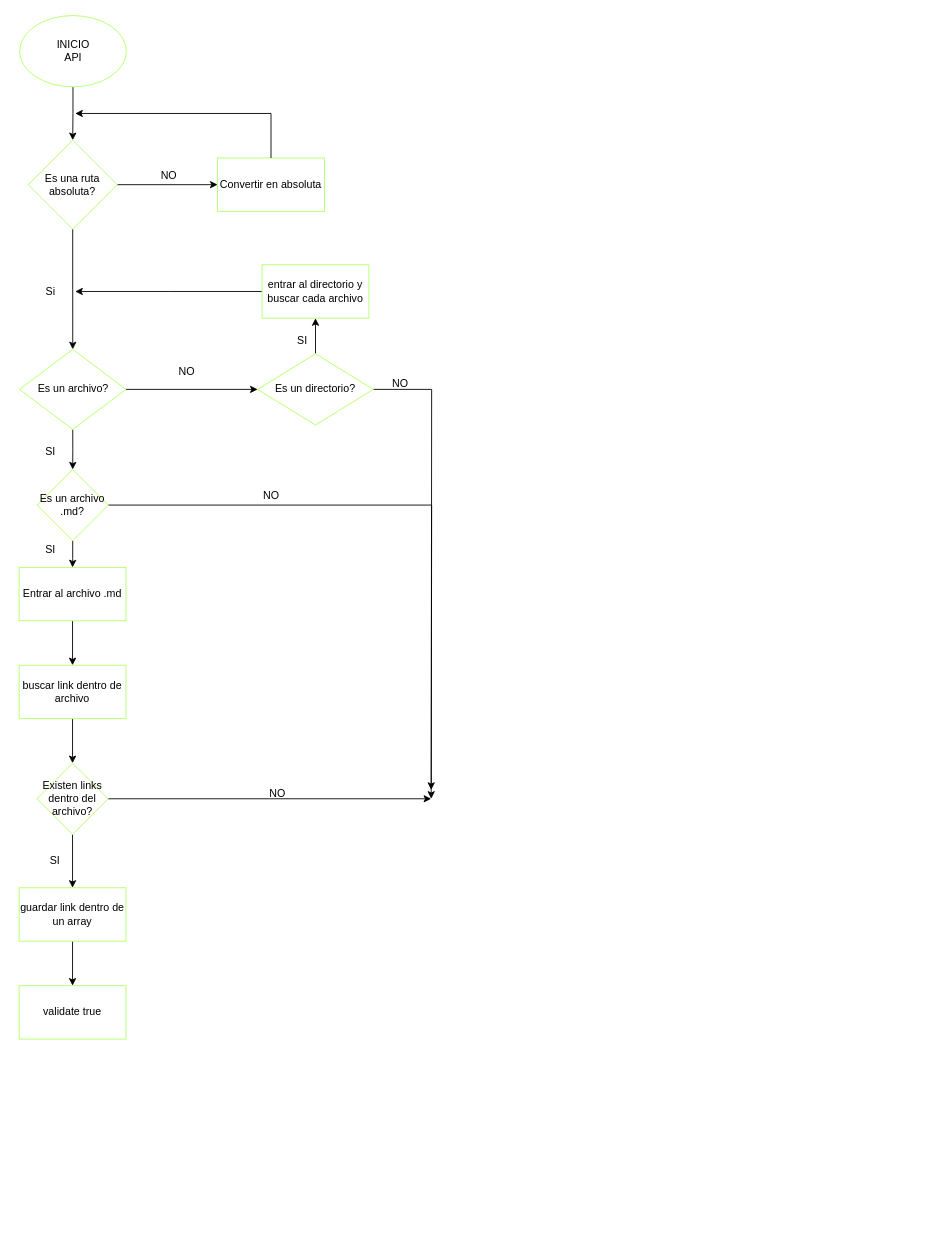
The draw.io diagram Untitled Diagram.drawio in soniaseuc/LIM012-fe-md-links, before the edit. Source tidied: cells renumbered, new cells numbered last; positions are measured from the earlier drawing's top-left corner, leaving out a move shared by most shapes. Both pictures are drawn from the tidied source at 89%, with x=0, y=0 at pixel (19, 15).
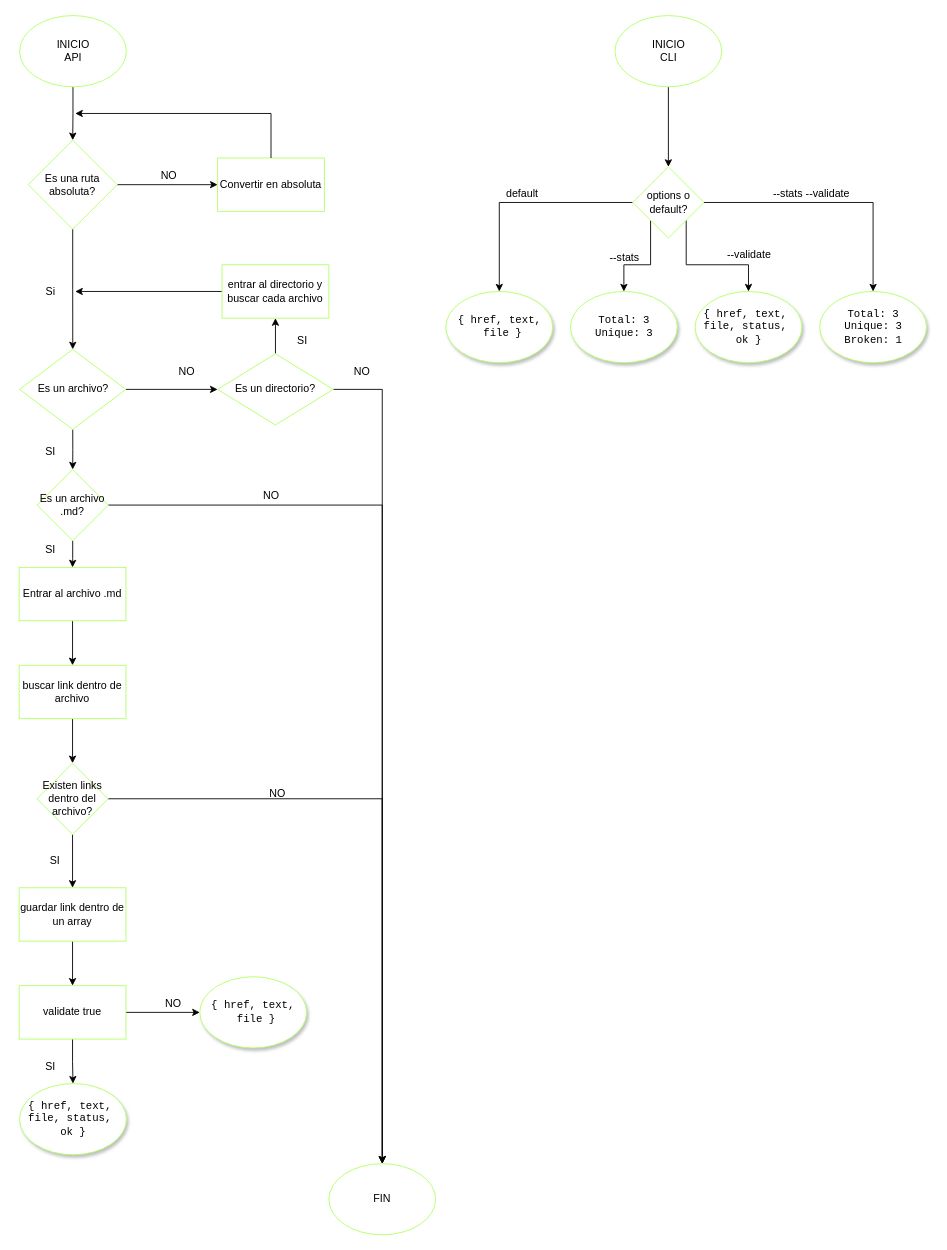
After the change.

Commit message:
Diagram API & CLI

The change refers to these unchanged cells:
```xml
<mxCell id="21" value="Es un archivo .md?" style="rhombus;whiteSpace=wrap;html=1;shadow=0;strokeColor=#B3FF66;" parent="1" vertex="1">
  <mxGeometry x="20.2" y="510" width="80" height="80" as="geometry" />
</mxCell>
<mxCell id="34" value="Existen links dentro del archivo?" style="rhombus;whiteSpace=wrap;html=1;shadow=0;strokeColor=#B3FF66;fillColor=#FFFFFF;" parent="1" vertex="1">
  <mxGeometry x="20" y="840" width="80" height="80" as="geometry" />
</mxCell>
<mxCell id="39" value="validate true" style="rounded=0;whiteSpace=wrap;html=1;shadow=0;strokeColor=#B3FF66;fillColor=#FFFFFF;" parent="1" vertex="1">
  <mxGeometry y="1090" width="120" height="60" as="geometry" />
</mxCell>
```

Change to the diagram source:
```diff
@@
-    <mxCell id="14" style="edgeStyle=orthogonalEdgeStyle;rounded=0;jettySize=auto;html=1;exitX=1;exitY=0.5;exitDx=0;exitDy=0;" parent="1" edge="1" source="15">
-      <mxGeometry relative="1" as="geometry">
-        <mxPoint x="463" y="880" as="targetPoint" />
-      </mxGeometry>
-    </mxCell>
+    <mxCell id="40" style="edgeStyle=orthogonalEdgeStyle;rounded=0;jettySize=auto;html=1;exitX=1;exitY=0.5;exitDx=0;exitDy=0;entryX=0.5;entryY=0;entryDx=0;entryDy=0;" parent="1" edge="1" source="15" target="47">
+      <mxGeometry relative="1" as="geometry" />
+    </mxCell>
     <mxCell id="15" value="Es un directorio?" style="rhombus;whiteSpace=wrap;html=1;shadow=0;strokeColor=#B3FF66;" parent="1" vertex="1">
-      <mxGeometry x="268" y="380" width="130" height="80" as="geometry" />
+      <mxGeometry x="223" y="380" width="130" height="80" as="geometry" />
     </mxCell>
@@
     <mxCell id="18" value="entrar al directorio y buscar cada archivo" style="rounded=0;whiteSpace=wrap;html=1;shadow=0;strokeColor=#B3FF66;" parent="1" vertex="1">
-      <mxGeometry x="273" y="280" width="120" height="60" as="geometry" />
+      <mxGeometry x="228" y="280" width="120" height="60" as="geometry" />
     </mxCell>
-    <mxCell id="19" style="edgeStyle=orthogonalEdgeStyle;rounded=0;jettySize=auto;html=1;exitX=1;exitY=0.5;exitDx=0;exitDy=0;" parent="1" edge="1" source="21">
-      <mxGeometry relative="1" as="geometry">
-        <mxPoint x="463" y="870" as="targetPoint" />
-      </mxGeometry>
-    </mxCell>
@@
+    <mxCell id="41" style="edgeStyle=orthogonalEdgeStyle;rounded=0;jettySize=auto;html=1;exitX=1;exitY=0.5;exitDx=0;exitDy=0;entryX=0.5;entryY=0;entryDx=0;entryDy=0;" parent="1" edge="1" source="21" target="47">
+      <mxGeometry relative="1" as="geometry" />
+    </mxCell>
@@
     <mxCell id="25" value="NO" style="text;html=1;align=center;verticalAlign=middle;" parent="1" vertex="1">
-      <mxGeometry x="413" y="404" width="30" height="20" as="geometry" />
+      <mxGeometry x="369.5" y="390" width="30" height="20" as="geometry" />
     </mxCell>
@@
-    <mxCell id="32" style="edgeStyle=orthogonalEdgeStyle;rounded=0;jettySize=auto;html=1;exitX=1;exitY=0.5;exitDx=0;exitDy=0;" parent="1" edge="1" source="34">
-      <mxGeometry relative="1" as="geometry">
-        <mxPoint x="463" y="880" as="targetPoint" />
-      </mxGeometry>
-    </mxCell>
@@
+    <mxCell id="42" style="edgeStyle=orthogonalEdgeStyle;rounded=0;jettySize=auto;html=1;exitX=1;exitY=0.5;exitDx=0;exitDy=0;entryX=0.5;entryY=0;entryDx=0;entryDy=0;" parent="1" edge="1" source="34" target="47">
+      <mxGeometry relative="1" as="geometry" />
+    </mxCell>
@@
+    <mxCell id="43" style="edgeStyle=orthogonalEdgeStyle;rounded=0;jettySize=auto;html=1;exitX=0.5;exitY=1;exitDx=0;exitDy=0;entryX=0.5;entryY=0;entryDx=0;entryDy=0;" parent="1" edge="1" source="39" target="55">
+      <mxGeometry relative="1" as="geometry" />
+    </mxCell>
+    <mxCell id="44" style="edgeStyle=orthogonalEdgeStyle;rounded=0;jettySize=auto;html=1;exitX=1;exitY=0.5;exitDx=0;exitDy=0;" parent="1" edge="1" source="39" target="56">
+      <mxGeometry relative="1" as="geometry" />
+    </mxCell>
@@
+    <mxCell id="45" value="NO" style="text;html=1;align=center;verticalAlign=middle;" parent="1" vertex="1">
+      <mxGeometry x="158" y="1100" width="30" height="20" as="geometry" />
+    </mxCell>
+    <mxCell id="46" value="SI" style="text;html=1;align=center;verticalAlign=middle;" parent="1" vertex="1">
+      <mxGeometry x="20" y="1171" width="30" height="20" as="geometry" />
+    </mxCell>
+    <mxCell id="47" value="FIN" style="ellipse;whiteSpace=wrap;html=1;shadow=0;strokeColor=#B3FF66;fillColor=#FFFFFF;" parent="1" vertex="1">
+      <mxGeometry x="348" y="1290" width="120" height="80" as="geometry" />
+    </mxCell>
+    <mxCell id="48" style="edgeStyle=orthogonalEdgeStyle;rounded=0;jettySize=auto;html=1;exitX=0.5;exitY=1;exitDx=0;exitDy=0;entryX=0.5;entryY=0;entryDx=0;entryDy=0;" parent="1" edge="1" source="49" target="54">
+      <mxGeometry relative="1" as="geometry" />
+    </mxCell>
+    <mxCell id="49" value="&lt;div&gt;INICIO&lt;/div&gt;&lt;div&gt;CLI&lt;br&gt;&lt;/div&gt;" style="ellipse;whiteSpace=wrap;html=1;shadow=0;strokeColor=#B3FF66;fillColor=#FFFFFF;" parent="1" vertex="1">
+      <mxGeometry x="669.5" width="120" height="80" as="geometry" />
+    </mxCell>
+    <mxCell id="50" style="edgeStyle=orthogonalEdgeStyle;rounded=0;jettySize=auto;html=1;exitX=0;exitY=0.5;exitDx=0;exitDy=0;" parent="1" edge="1" source="54" target="57">
+      <mxGeometry relative="1" as="geometry" />
+    </mxCell>
+    <mxCell id="51" style="edgeStyle=orthogonalEdgeStyle;rounded=0;jettySize=auto;html=1;exitX=1;exitY=0.5;exitDx=0;exitDy=0;entryX=0.5;entryY=0;entryDx=0;entryDy=0;" parent="1" edge="1" source="54" target="61">
+      <mxGeometry relative="1" as="geometry" />
+    </mxCell>
+    <mxCell id="52" style="edgeStyle=orthogonalEdgeStyle;rounded=0;jettySize=auto;html=1;exitX=0;exitY=1;exitDx=0;exitDy=0;entryX=0.5;entryY=0;entryDx=0;entryDy=0;" parent="1" edge="1" source="54" target="59">
+      <mxGeometry relative="1" as="geometry" />
+    </mxCell>
+    <mxCell id="53" style="edgeStyle=orthogonalEdgeStyle;rounded=0;jettySize=auto;html=1;exitX=1;exitY=1;exitDx=0;exitDy=0;entryX=0.5;entryY=0;entryDx=0;entryDy=0;" parent="1" edge="1" source="54" target="60">
+      <mxGeometry relative="1" as="geometry" />
+    </mxCell>
+    <mxCell id="54" value="options o default?" style="rhombus;whiteSpace=wrap;html=1;shadow=0;strokeColor=#B3FF66;fillColor=#FFFFFF;" parent="1" vertex="1">
+      <mxGeometry x="689.5" y="170" width="80" height="80" as="geometry" />
+    </mxCell>
+    <mxCell id="55" value="&lt;pre&gt;&lt;span class=&quot;pl-c&quot;&gt;{ href, text, &lt;br&gt;file, status, &lt;br&gt;ok }&lt;/span&gt;&lt;/pre&gt;" style="ellipse;whiteSpace=wrap;html=1;rounded=1;shadow=1;glass=1;strokeColor=#B3FF66;fillColor=#FFFFFF;" parent="1" vertex="1">
+      <mxGeometry x="0.5" y="1200" width="120" height="80" as="geometry" />
+    </mxCell>
+    <mxCell id="56" value="&lt;pre&gt;&lt;span class=&quot;pl-c&quot;&gt;{ href, text,&lt;br&gt;&amp;nbsp;file }&lt;/span&gt;&lt;/pre&gt;" style="ellipse;whiteSpace=wrap;html=1;rounded=1;shadow=1;glass=1;strokeColor=#B3FF66;fillColor=#FFFFFF;" parent="1" vertex="1">
+      <mxGeometry x="203" y="1080" width="120" height="80" as="geometry" />
+    </mxCell>
+    <mxCell id="57" value="&lt;pre&gt;&lt;span class=&quot;pl-c&quot;&gt;{ href, text,&lt;br&gt;&amp;nbsp;file }&lt;/span&gt;&lt;/pre&gt;" style="ellipse;whiteSpace=wrap;html=1;rounded=1;shadow=1;glass=1;strokeColor=#B3FF66;fillColor=#FFFFFF;" parent="1" vertex="1">
+      <mxGeometry x="479.5" y="310" width="120" height="80" as="geometry" />
+    </mxCell>
+    <mxCell id="58" value="default" style="text;html=1;align=center;verticalAlign=middle;" parent="1" vertex="1">
+      <mxGeometry x="539.5" y="190" width="50" height="20" as="geometry" />
+    </mxCell>
+    <mxCell id="59" value="&lt;pre&gt;Total: 3&lt;br/&gt;Unique: 3&lt;/pre&gt;" style="ellipse;whiteSpace=wrap;html=1;rounded=1;shadow=1;glass=1;strokeColor=#B3FF66;fillColor=#FFFFFF;" parent="1" vertex="1">
+      <mxGeometry x="619.5" y="310" width="120" height="80" as="geometry" />
+    </mxCell>
+    <mxCell id="60" value="&lt;pre&gt;&lt;span class=&quot;pl-c&quot;&gt;{ href, text, &lt;br&gt;file, status, &lt;br&gt;ok }&lt;/span&gt;&lt;/pre&gt;" style="ellipse;whiteSpace=wrap;html=1;rounded=1;shadow=1;glass=1;strokeColor=#B3FF66;fillColor=#FFFFFF;" parent="1" vertex="1">
+      <mxGeometry x="759.5" y="310" width="120" height="80" as="geometry" />
+    </mxCell>
+    <mxCell id="61" value="&lt;pre&gt;Total: 3&lt;br/&gt;Unique: 3&lt;br/&gt;Broken: 1&lt;/pre&gt;" style="ellipse;whiteSpace=wrap;html=1;rounded=1;shadow=1;glass=1;strokeColor=#B3FF66;fillColor=#FFFFFF;" parent="1" vertex="1">
+      <mxGeometry x="899.5" y="310" width="120" height="80" as="geometry" />
+    </mxCell>
+    <mxCell id="62" value="--stats --validate" style="text;html=1;align=center;verticalAlign=middle;" parent="1" vertex="1">
+      <mxGeometry x="839.5" y="190" width="100" height="20" as="geometry" />
+    </mxCell>
+    <mxCell id="63" value="--validate" style="text;html=1;align=center;verticalAlign=middle;" parent="1" vertex="1">
+      <mxGeometry x="789.5" y="259" width="60" height="20" as="geometry" />
+    </mxCell>
+    <mxCell id="64" value="--stats" style="text;html=1;align=center;verticalAlign=middle;" parent="1" vertex="1">
+      <mxGeometry x="654.5" y="262" width="50" height="20" as="geometry" />
+    </mxCell>
```
